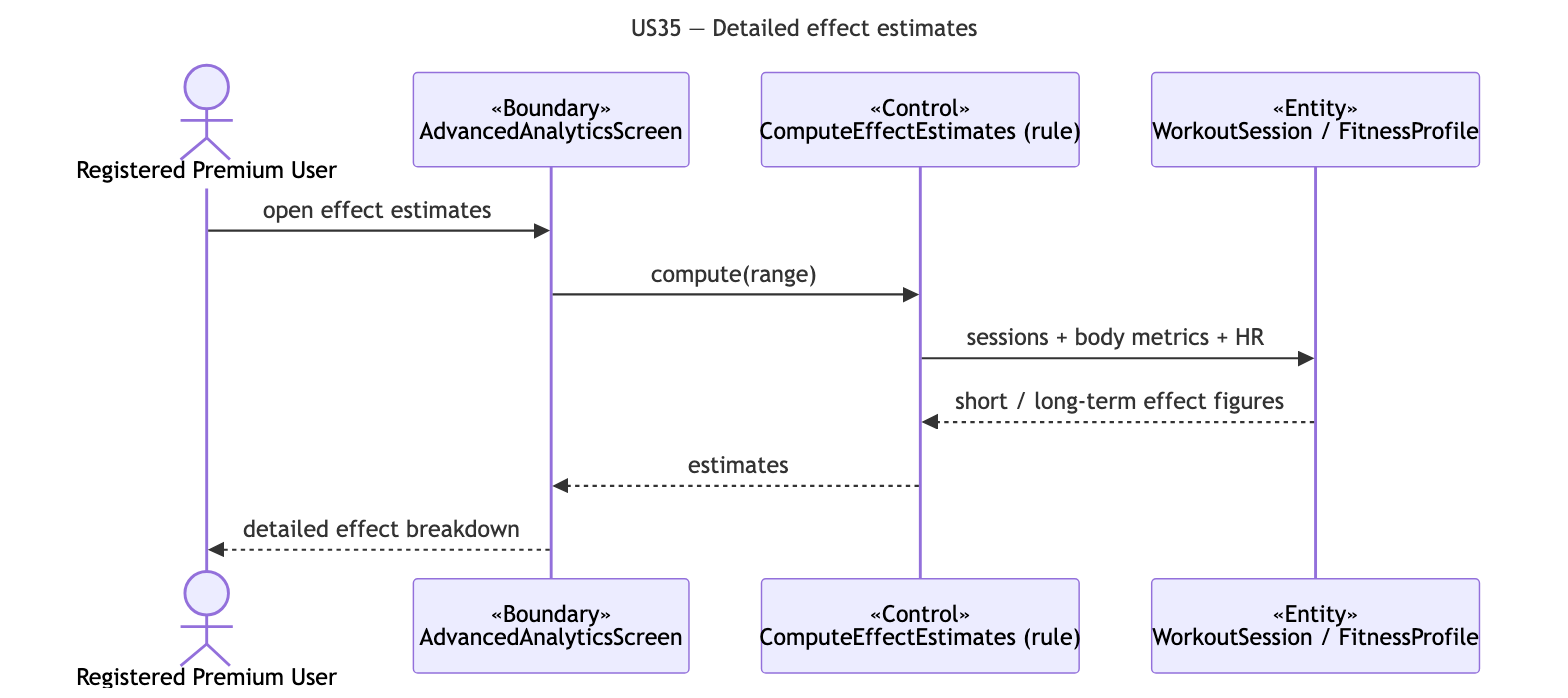
Before: docs/deliverables/sequence-diagrams/US35-detailed-effects.png, a diagram exported from Mermaid (cyuanjun/FYP-26-S2-37-app). Its source is kept beside it as docs/deliverables/sequence-diagrams/src/US35-detailed-effects.mmd.
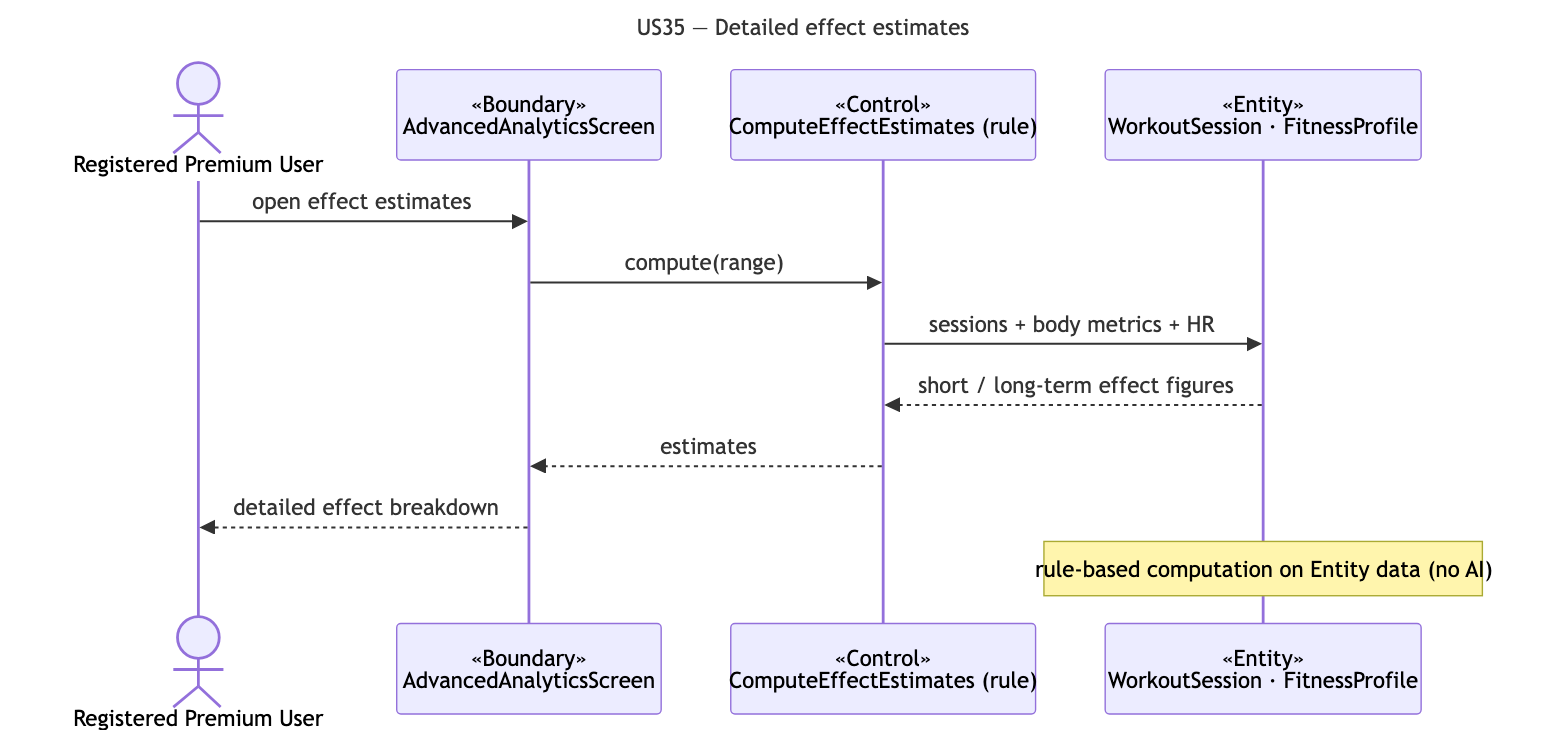
After the change.

What changed in the source:
```diff
@@ -5,10 +5,11 @@
   actor A as Registered Premium User
   participant B as «Boundary»<br/>AdvancedAnalyticsScreen
   participant C as «Control»<br/>ComputeEffectEstimates (rule)
-  participant E as «Entity»<br/>WorkoutSession / FitnessProfile
+  participant E as «Entity»<br/>WorkoutSession · FitnessProfile
   A->>B: open effect estimates
   B->>C: compute(range)
   C->>E: sessions + body metrics + HR
   E-->>C: short / long-term effect figures
   C-->>B: estimates
   B-->>A: detailed effect breakdown
+  note over E: rule-based computation on Entity data (no AI)
```
